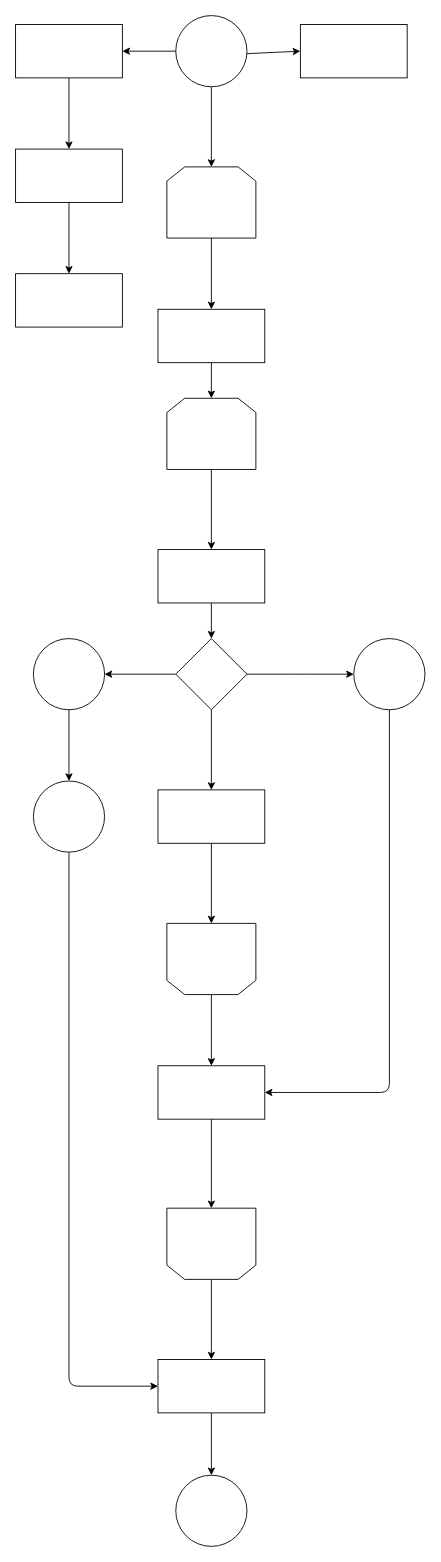
The draw.io diagram charts/test-explorer/simple_double_loop_chart.drawio in sabi2345/flowchart-explorer, before the edit. Source tidied: cells renumbered, new cells numbered last; positions are measured from the earlier drawing's top-left corner, leaving out a move shared by most shapes. Both pictures are drawn from the tidied source at 89%, with x=0, y=0 at pixel (15, 15).
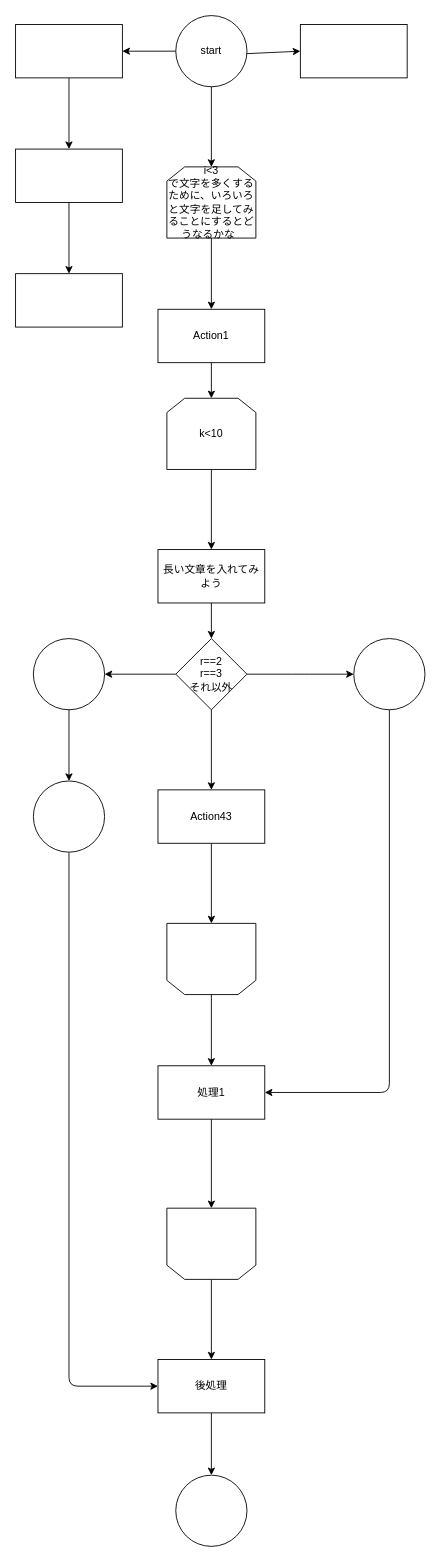
The same diagram, later.

What changed in the source:
```diff
@@
-    <mxCell id="5" style="ellipse;whiteSpace=wrap;html=1;" parent="1" vertex="1">
+    <mxCell id="5" value="start" style="ellipse;whiteSpace=wrap;html=1;" parent="1" vertex="1">
       <mxGeometry x="180" width="80" height="80" as="geometry" />
     </mxCell>
@@
-    <mxCell id="13" style="shape=loopLimit;whiteSpace=wrap;html=1;" parent="1" vertex="1">
+    <mxCell id="13" value="i&amp;lt;3&lt;br&gt;で文字を多くするために、いろいろと文字を足してみることにするとどうなるかな&amp;nbsp;&amp;nbsp;" style="shape=loopLimit;whiteSpace=wrap;html=1;" parent="1" vertex="1">
       <mxGeometry x="170" y="170" width="100" height="80" as="geometry" />
     </mxCell>
@@
-    <mxCell id="15" style="whiteSpace=wrap;html=1;" parent="1" vertex="1">
+    <mxCell id="15" value="Action1" style="whiteSpace=wrap;html=1;" parent="1" vertex="1">
       <mxGeometry x="160" y="330" width="120" height="60" as="geometry" />
     </mxCell>
@@
-    <mxCell id="19" style="whiteSpace=wrap;html=1;" parent="1" vertex="1">
+    <mxCell id="19" value="後処理" style="whiteSpace=wrap;html=1;" parent="1" vertex="1">
       <mxGeometry x="160" y="1510" width="120" height="60" as="geometry" />
     </mxCell>
@@
-    <mxCell id="22" style="shape=loopLimit;whiteSpace=wrap;html=1;" parent="1" vertex="1">
+    <mxCell id="22" value="k&amp;lt;10" style="shape=loopLimit;whiteSpace=wrap;html=1;" parent="1" vertex="1">
       <mxGeometry x="170" y="430" width="100" height="80" as="geometry" />
     </mxCell>
@@
-    <mxCell id="26" style="whiteSpace=wrap;html=1;" parent="1" vertex="1">
+    <mxCell id="26" value="長い文章を入れてみよう" style="whiteSpace=wrap;html=1;" parent="1" vertex="1">
       <mxGeometry x="160" y="600" width="120" height="60" as="geometry" />
     </mxCell>
@@
-    <mxCell id="30" style="rhombus;whiteSpace=wrap;html=1;" parent="1" vertex="1">
+    <mxCell id="30" value="r==2&lt;br&gt;r==3&lt;br&gt;それ以外" style="rhombus;whiteSpace=wrap;html=1;" parent="1" vertex="1">
       <mxGeometry x="180" y="700" width="80" height="80" as="geometry" />
     </mxCell>
@@
-    <mxCell id="32" style="whiteSpace=wrap;html=1;" parent="1" vertex="1">
+    <mxCell id="32" value="Action43" style="whiteSpace=wrap;html=1;" parent="1" vertex="1">
       <mxGeometry x="160" y="870" width="120" height="60" as="geometry" />
     </mxCell>
@@
-    <mxCell id="34" style="whiteSpace=wrap;html=1;" parent="1" vertex="1">
+    <mxCell id="34" value="処理1" style="whiteSpace=wrap;html=1;" parent="1" vertex="1">
       <mxGeometry x="160" y="1180" width="120" height="60" as="geometry" />
     </mxCell>
```
